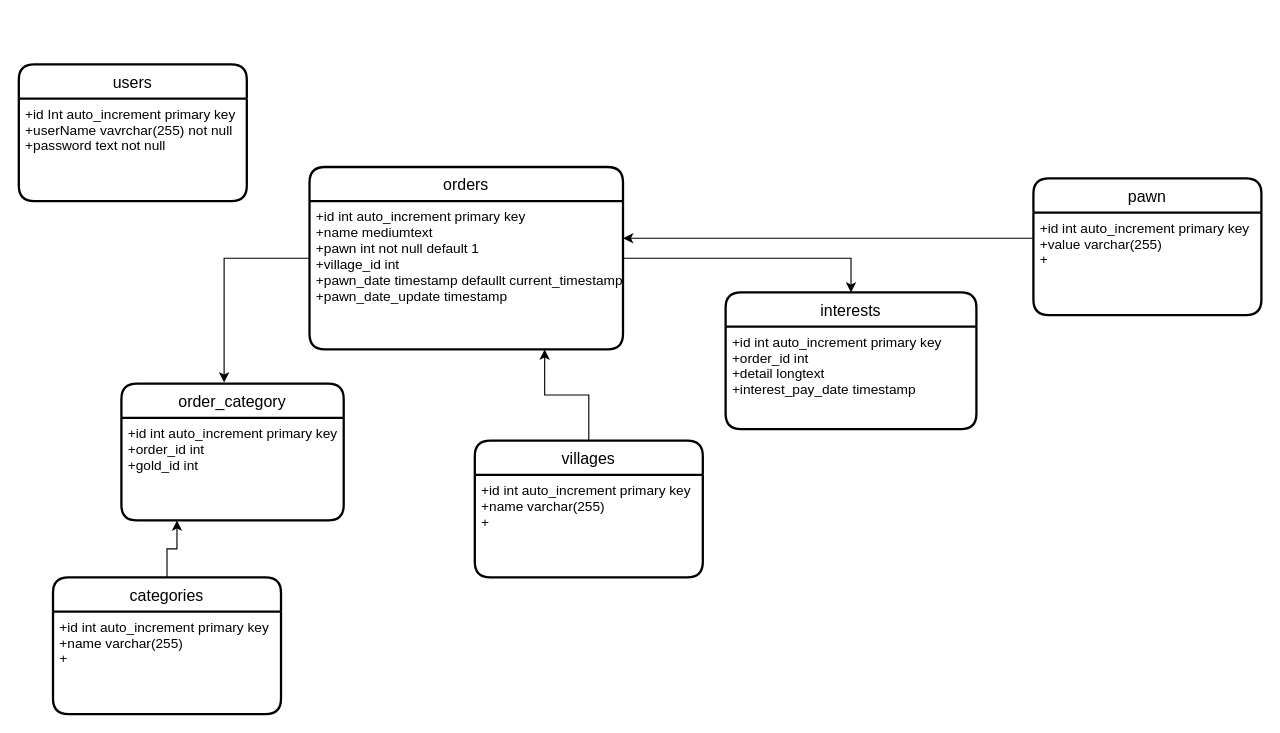
This is Untitled Diagram.drawio from kyawphyothu/she_pawn_shop, a draw.io file, before an edit. Source tidied: cells renumbered, new cells numbered last; positions are measured from the earlier drawing's top-left corner, leaving out a move shared by most shapes. Both pictures are drawn from the tidied source at 114%, with x=0, y=0 at pixel (18, 64).
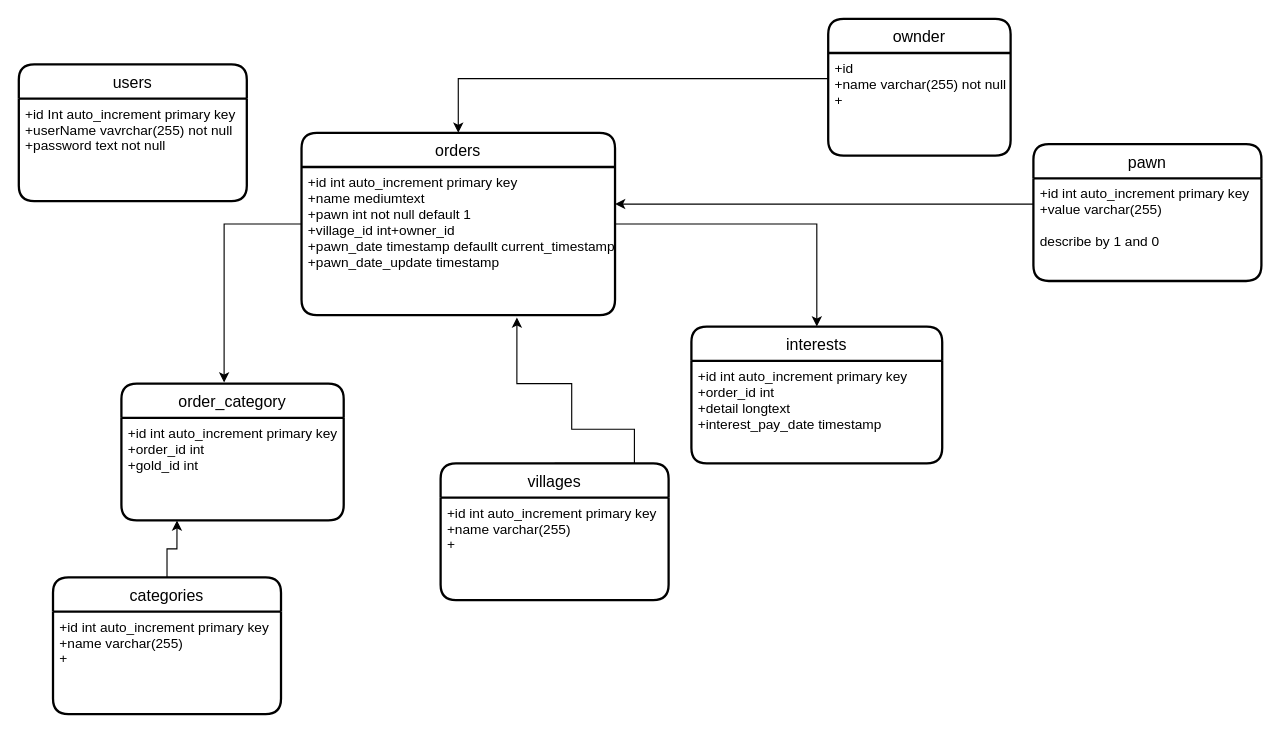
The same diagram, later.

What changed in the source:
```diff
@@
-    <mxCell id="4" style="edgeStyle=orthogonalEdgeStyle;rounded=0;jettySize=auto;html=1;exitX=0.5;exitY=0;exitDx=0;exitDy=0;entryX=0.75;entryY=1;entryDx=0;entryDy=0;" parent="1" edge="1" source="5" target="10">
-      <mxGeometry relative="1" as="geometry" />
+    <mxCell id="4" style="edgeStyle=orthogonalEdgeStyle;rounded=0;jettySize=auto;html=1;exitX=0.5;exitY=0;exitDx=0;exitDy=0;entryX=0.687;entryY=1.015;entryDx=0;entryDy=0;entryPerimeter=0;" parent="1" edge="1" source="5" target="10">
+      <mxGeometry relative="1" as="geometry">
+        <Array as="points">
+          <mxPoint x="540" y="320" />
+          <mxPoint x="485" y="320" />
+          <mxPoint x="485" y="280" />
+          <mxPoint x="437" y="280" />
+        </Array>
+      </mxGeometry>
     </mxCell>
     <mxCell id="5" value="villages" style="swimlane;horizontal=1;startSize=30;rounded=1;fontSize=14;fontStyle=0;strokeWidth=2;shadow=0;dashed=0;align=center;" parent="1" vertex="1">
-      <mxGeometry x="400" y="330" width="200" height="120" as="geometry" />
+      <mxGeometry x="370" y="350" width="200" height="120" as="geometry" />
     </mxCell>
@@
     <mxCell id="9" value="orders" style="swimlane;horizontal=1;startSize=30;rounded=1;fontSize=14;fontStyle=0;strokeWidth=2;shadow=0;dashed=0;align=center;" parent="1" vertex="1">
-      <mxGeometry x="255" y="90" width="275" height="160" as="geometry" />
+      <mxGeometry x="248" y="60" width="275" height="160" as="geometry" />
     </mxCell>
-    <mxCell id="10" value="+id int auto_increment primary key&#10;+name mediumtext&#10;+pawn int not null default 1&#10;+village_id int&#10;+pawn_date timestamp defaullt current_timestamp&#10;+pawn_date_update timestamp&#10;" style="align=left;strokeColor=none;fillColor=none;spacingLeft=4;fontSize=12;verticalAlign=top;" parent="9" vertex="1">
+    <mxCell id="10" value="+id int auto_increment primary key&#10;+name mediumtext&#10;+pawn int not null default 1&#10;+village_id int+owner_id&#10;+pawn_date timestamp defaullt current_timestamp&#10;+pawn_date_update timestamp&#10;" style="align=left;strokeColor=none;fillColor=none;spacingLeft=4;fontSize=12;verticalAlign=top;" parent="9" vertex="1">
       <mxGeometry y="30" width="275" height="130" as="geometry" />
     </mxCell>
@@
     <mxCell id="16" value="interests" style="swimlane;horizontal=1;startSize=30;rounded=1;fontSize=14;fontStyle=0;strokeWidth=2;shadow=0;dashed=0;align=center;" parent="1" vertex="1">
-      <mxGeometry x="620" y="200" width="220" height="120" as="geometry" />
+      <mxGeometry x="590" y="230" width="220" height="120" as="geometry" />
     </mxCell>
@@
     <mxCell id="18" value="pawn" style="swimlane;horizontal=1;startSize=30;rounded=1;fontSize=14;fontStyle=0;strokeWidth=2;shadow=0;dashed=0;align=center;" parent="1" vertex="1">
-      <mxGeometry x="890" y="100" width="200" height="120" as="geometry" />
+      <mxGeometry x="890" y="70" width="200" height="120" as="geometry" />
     </mxCell>
-    <mxCell id="19" value="+id int auto_increment primary key&#10;+value varchar(255)&#10;+" style="align=left;strokeColor=none;fillColor=none;spacingLeft=4;fontSize=12;verticalAlign=top;" parent="18" vertex="1">
+    <mxCell id="19" value="+id int auto_increment primary key&#10;+value varchar(255)&#10;&#10;describe by 1 and 0&#10;" style="align=left;strokeColor=none;fillColor=none;spacingLeft=4;fontSize=12;verticalAlign=top;" parent="18" vertex="1">
       <mxGeometry y="30" width="200" height="90" as="geometry" />
     </mxCell>
@@
+    <mxCell id="21" value="ownder" style="swimlane;horizontal=1;startSize=30;rounded=1;fontSize=14;fontStyle=0;strokeWidth=2;shadow=0;dashed=0;align=center;" parent="1" vertex="1">
+      <mxGeometry x="710" y="-40" width="160" height="120" as="geometry" />
+    </mxCell>
+    <mxCell id="22" value="+id &#10;+name varchar(255) not null&#10;+" style="align=left;strokeColor=none;fillColor=none;spacingLeft=4;fontSize=12;verticalAlign=top;" parent="21" vertex="1">
+      <mxGeometry y="30" width="160" height="90" as="geometry" />
+    </mxCell>
+    <mxCell id="23" style="edgeStyle=orthogonalEdgeStyle;rounded=0;jettySize=auto;html=1;exitX=0;exitY=0.25;exitDx=0;exitDy=0;entryX=0.5;entryY=0;entryDx=0;entryDy=0;" parent="1" edge="1" source="22" target="9">
+      <mxGeometry relative="1" as="geometry" />
+    </mxCell>
```
